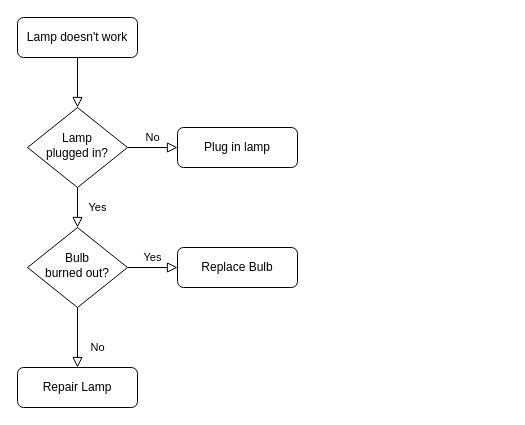
LukeLIN-web/super-cool keeps this draw.io diagram as Untitled Diagram.drawio. Above is the earlier version. Source tidied: cells renumbered, new cells numbered last; positions are measured from the earlier drawing's top-left corner, leaving out a move shared by most shapes. Both pictures are drawn from the tidied source at 100%, with x=0, y=0 at pixel (17, 17).
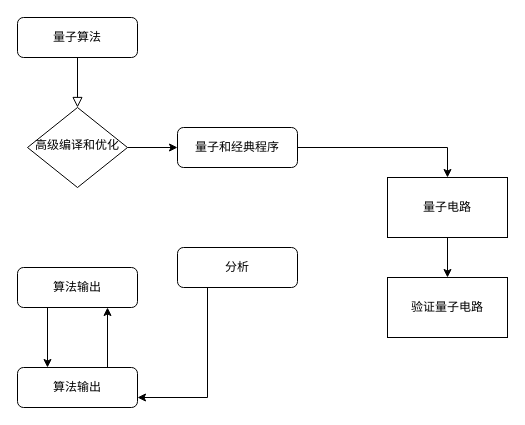
The same diagram, later.

Change to the diagram source:
```diff
@@
 <mxGraphModel>
   <root>
     <mxCell id="0" />
     <mxCell id="1" parent="0" />
     <mxCell id="2" style="rounded=0;html=1;jettySize=auto;fontSize=11;endArrow=block;endFill=0;endSize=8;strokeWidth=1;shadow=0;labelBackgroundColor=none;edgeStyle=orthogonalEdgeStyle;" parent="1" edge="1" source="3" target="6">
       <mxGeometry relative="1" as="geometry" />
     </mxCell>
-    <mxCell id="3" value="Lamp doesn't work" style="rounded=1;whiteSpace=wrap;html=1;fontSize=12;glass=0;strokeWidth=1;shadow=0;" parent="1" vertex="1">
+    <mxCell id="3" value="量子算法" style="rounded=1;whiteSpace=wrap;html=1;fontSize=12;glass=0;strokeWidth=1;shadow=0;" parent="1" vertex="1">
       <mxGeometry width="120" height="40" as="geometry" />
     </mxCell>
-    <mxCell id="4" value="Yes" style="rounded=0;html=1;jettySize=auto;fontSize=11;endArrow=block;endFill=0;endSize=8;strokeWidth=1;shadow=0;labelBackgroundColor=none;edgeStyle=orthogonalEdgeStyle;" parent="1" edge="1" source="6" target="10">
-      <mxGeometry y="20" relative="1" as="geometry" />
-    </mxCell>
-    <mxCell id="5" value="No" style="edgeStyle=orthogonalEdgeStyle;rounded=0;html=1;jettySize=auto;fontSize=11;endArrow=block;endFill=0;endSize=8;strokeWidth=1;shadow=0;labelBackgroundColor=none;" parent="1" edge="1" source="6" target="7">
-      <mxGeometry y="10" relative="1" as="geometry" />
+    <mxCell id="5" style="edgeStyle=orthogonalEdgeStyle;rounded=0;jettySize=auto;html=1;" parent="1" edge="1" source="6" target="7">
+      <mxGeometry relative="1" as="geometry" />
     </mxCell>
-    <mxCell id="6" value="Lamp&lt;br&gt;plugged in?" style="rhombus;whiteSpace=wrap;html=1;shadow=0;fontFamily=Helvetica;fontSize=12;align=center;strokeWidth=1;spacing=6;spacingTop=-4;" parent="1" vertex="1">
+    <mxCell id="6" value="高级编译和优化" style="rhombus;whiteSpace=wrap;html=1;shadow=0;fontFamily=Helvetica;fontSize=12;align=center;strokeWidth=1;spacing=6;spacingTop=-4;" parent="1" vertex="1">
       <mxGeometry x="10" y="90" width="100" height="80" as="geometry" />
     </mxCell>
+    <mxCell id="13" style="edgeStyle=orthogonalEdgeStyle;rounded=0;jettySize=auto;html=1;" parent="1" edge="1" source="7" target="19">
+      <mxGeometry relative="1" as="geometry" />
+    </mxCell>
-    <mxCell id="7" value="Plug in lamp" style="rounded=1;whiteSpace=wrap;html=1;fontSize=12;glass=0;strokeWidth=1;shadow=0;" parent="1" vertex="1">
+    <mxCell id="7" value="量子和经典程序" style="rounded=1;whiteSpace=wrap;html=1;fontSize=12;glass=0;strokeWidth=1;shadow=0;" parent="1" vertex="1">
       <mxGeometry x="160" y="110" width="120" height="40" as="geometry" />
     </mxCell>
-    <mxCell id="8" value="No" style="rounded=0;html=1;jettySize=auto;fontSize=11;endArrow=block;endFill=0;endSize=8;strokeWidth=1;shadow=0;labelBackgroundColor=none;edgeStyle=orthogonalEdgeStyle;" parent="1" edge="1" source="10" target="11">
-      <mxGeometry x="0.33" y="20" relative="1" as="geometry" />
-    </mxCell>
-    <mxCell id="9" value="Yes" style="edgeStyle=orthogonalEdgeStyle;rounded=0;html=1;jettySize=auto;fontSize=11;endArrow=block;endFill=0;endSize=8;strokeWidth=1;shadow=0;labelBackgroundColor=none;" parent="1" edge="1" source="10" target="12">
-      <mxGeometry y="10" relative="1" as="geometry" />
-    </mxCell>
-    <mxCell id="10" value="Bulb&lt;br&gt;burned out?" style="rhombus;whiteSpace=wrap;html=1;shadow=0;fontFamily=Helvetica;fontSize=12;align=center;strokeWidth=1;spacing=6;spacingTop=-4;" parent="1" vertex="1">
-      <mxGeometry x="10" y="210" width="100" height="80" as="geometry" />
-    </mxCell>
+    <mxCell id="14" style="edgeStyle=orthogonalEdgeStyle;rounded=0;jettySize=auto;html=1;exitX=0.75;exitY=0;exitDx=0;exitDy=0;entryX=0.75;entryY=1;entryDx=0;entryDy=0;" parent="1" edge="1" source="11" target="17">
+      <mxGeometry relative="1" as="geometry" />
+    </mxCell>
-    <mxCell id="11" value="Repair Lamp" style="rounded=1;whiteSpace=wrap;html=1;fontSize=12;glass=0;strokeWidth=1;shadow=0;" parent="1" vertex="1">
+    <mxCell id="11" value="算法输出" style="rounded=1;whiteSpace=wrap;html=1;fontSize=12;glass=0;strokeWidth=1;shadow=0;" parent="1" vertex="1">
       <mxGeometry y="350" width="120" height="40" as="geometry" />
     </mxCell>
+    <mxCell id="15" style="edgeStyle=orthogonalEdgeStyle;rounded=0;jettySize=auto;html=1;exitX=0.25;exitY=1;exitDx=0;exitDy=0;entryX=1;entryY=0.75;entryDx=0;entryDy=0;" parent="1" edge="1" source="12" target="11">
+      <mxGeometry relative="1" as="geometry" />
+    </mxCell>
-    <mxCell id="12" value="Replace Bulb" style="rounded=1;whiteSpace=wrap;html=1;fontSize=12;glass=0;strokeWidth=1;shadow=0;" parent="1" vertex="1">
+    <mxCell id="12" value="分析" style="rounded=1;whiteSpace=wrap;html=1;fontSize=12;glass=0;strokeWidth=1;shadow=0;" parent="1" vertex="1">
       <mxGeometry x="160" y="230" width="120" height="40" as="geometry" />
     </mxCell>
+    <mxCell id="16" style="edgeStyle=orthogonalEdgeStyle;rounded=0;jettySize=auto;html=1;exitX=0.25;exitY=1;exitDx=0;exitDy=0;entryX=0.25;entryY=0;entryDx=0;entryDy=0;" parent="1" edge="1" source="17" target="11">
+      <mxGeometry relative="1" as="geometry" />
+    </mxCell>
+    <mxCell id="17" value="算法输出" style="rounded=1;whiteSpace=wrap;html=1;fontSize=12;glass=0;strokeWidth=1;shadow=0;" parent="1" vertex="1">
+      <mxGeometry y="250" width="120" height="40" as="geometry" />
+    </mxCell>
+    <mxCell id="18" style="edgeStyle=orthogonalEdgeStyle;rounded=0;jettySize=auto;html=1;" parent="1" edge="1" source="19" target="20">
+      <mxGeometry relative="1" as="geometry" />
+    </mxCell>
+    <mxCell id="19" value="量子电路" style="rounded=0;whiteSpace=wrap;html=1;" parent="1" vertex="1">
+      <mxGeometry x="370" y="160" width="120" height="60" as="geometry" />
+    </mxCell>
+    <mxCell id="20" value="验证量子电路" style="rounded=0;whiteSpace=wrap;html=1;" parent="1" vertex="1">
+      <mxGeometry x="370" y="260" width="120" height="60" as="geometry" />
+    </mxCell>
   </root>
 </mxGraphModel>
```
